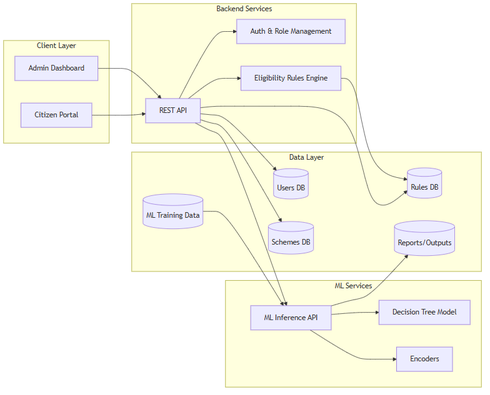
Karthi247/Government-Welfare-Advisory-System keeps this Mermaid diagram as documentation/Architecture_Diagram.png. Above is the earlier version. Its source is kept beside it as documentation/Architecture_Diagram.mmd. Source of this version:
```mermaid
flowchart LR
  subgraph Client[Client Layer]
    Citizen[Citizen Portal]
    Admin[Admin Dashboard]
  end

  subgraph Backend[Backend Services]
    API[REST API]
    Auth[Auth & Role Management]
    Rules[Eligibility Rules Engine]
  end

  subgraph ML[ML Services]
    MLAPI[ML Inference API]
    Model[Decision Tree Model]
    Encoders[Encoders]
  end

  subgraph Data[Data Layer]
    Users[(Users DB)]
    Schemes[(Schemes DB)]
    RulesDB[(Rules DB)]
    Training[(ML Training Data)]
    Reports[(Reports/Outputs)]
  end

  Citizen --> API
  Admin --> API

  API --> Auth
  API --> Rules
  API --> MLAPI

  MLAPI --> Model
  MLAPI --> Encoders

  API --> Users
  API --> Schemes
  API --> RulesDB
  Rules --> RulesDB

  MLAPI --> Reports
  Training --> MLAPI
```
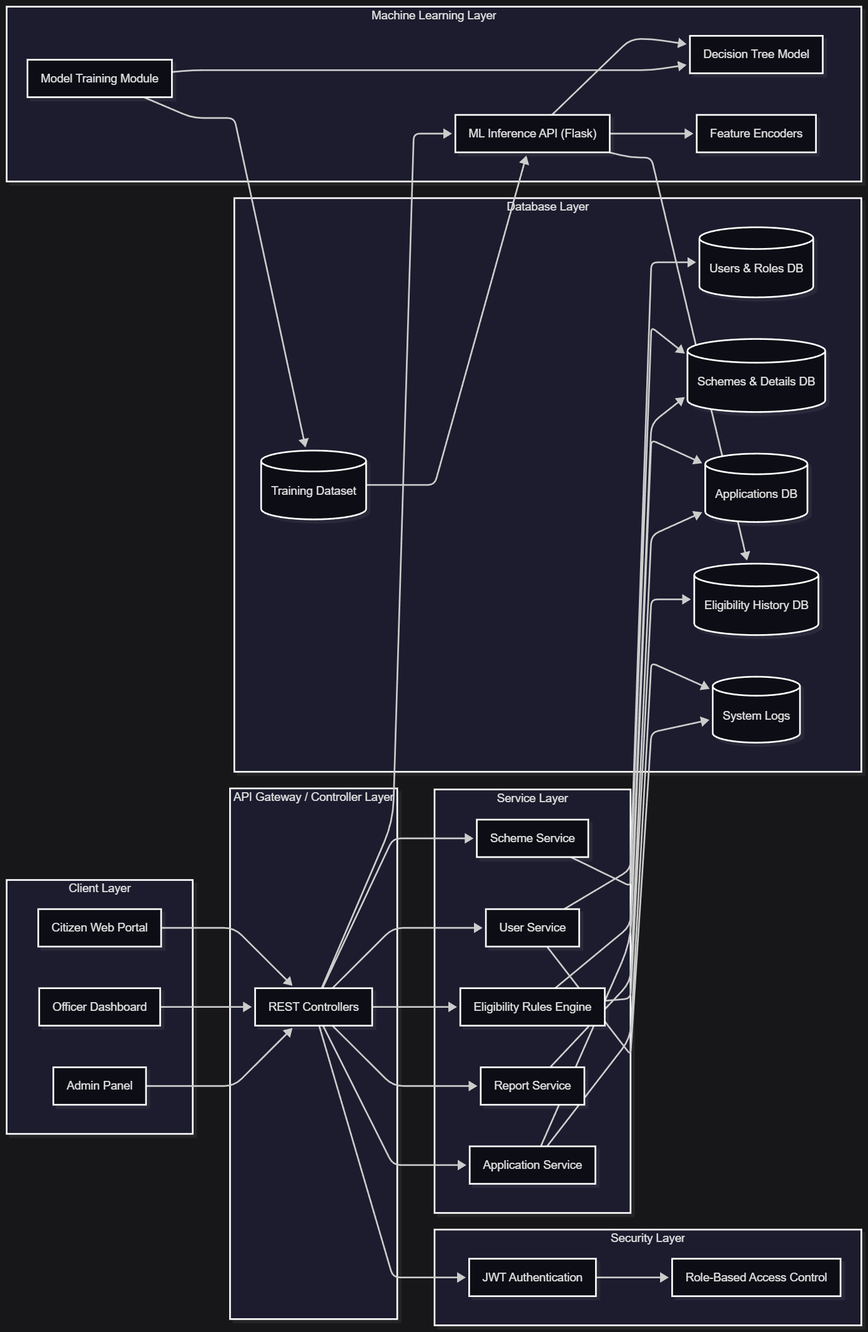
After the commit.

What changed in the source:
```diff
@@ -1,43 +1,74 @@
 flowchart LR
-  subgraph Client[Client Layer]
-    Citizen[Citizen Portal]
-    Admin[Admin Dashboard]
-  end
 
-  subgraph Backend[Backend Services]
-    API[REST API]
-    Auth[Auth & Role Management]
-    Rules[Eligibility Rules Engine]
-  end
+subgraph Client_Layer["Client Layer"]
+    Citizen["Citizen Web Portal"]
+    Officer["Officer Dashboard"]
+    Admin["Admin Panel"]
+end
 
-  subgraph ML[ML Services]
-    MLAPI[ML Inference API]
-    Model[Decision Tree Model]
-    Encoders[Encoders]
-  end
+subgraph Security_Layer["Security Layer"]
+    JWT["JWT Authentication"]
+    RBAC["Role-Based Access Control"]
+end
 
-  subgraph Data[Data Layer]
-    Users[(Users DB)]
-    Schemes[(Schemes DB)]
-    RulesDB[(Rules DB)]
-    Training[(ML Training Data)]
-    Reports[(Reports/Outputs)]
-  end
+subgraph API_Layer["API Gateway / Controller Layer"]
+    API["REST Controllers"]
+end
 
-  Citizen --> API
-  Admin --> API
+subgraph Service_Layer["Service Layer"]
+    UserService["User Service"]
+    SchemeService["Scheme Service"]
+    ApplicationService["Application Service"]
+    EligibilityEngine["Eligibility Rules Engine"]
+    ReportService["Report Service"]
+end
 
-  API --> Auth
-  API --> Rules
-  API --> MLAPI
+subgraph ML_Layer["Machine Learning Layer"]
+    ML_API["ML Inference API (Flask)"]
+    Model["Decision Tree Model"]
+    Encoders["Feature Encoders"]
+    Training["Model Training Module"]
+end
 
-  MLAPI --> Model
-  MLAPI --> Encoders
+subgraph Data_Layer["Database Layer"]
+    UserDB[(Users & Roles DB)]
+    SchemeDB[(Schemes & Details DB)]
+    AppDB[(Applications DB)]
+    HistoryDB[(Eligibility History DB)]
+    MLData[(Training Dataset)]
+    Logs[(System Logs)]
+end
 
-  API --> Users
-  API --> Schemes
-  API --> RulesDB
-  Rules --> RulesDB
 
-  MLAPI --> Reports
-  Training --> MLAPI
+Citizen --> API
+Officer --> API
+Admin --> API
+
+API --> JWT
+JWT --> RBAC
+
+API --> UserService
+API --> SchemeService
+API --> ApplicationService
+API --> EligibilityEngine
+API --> ReportService
+API --> ML_API
+
+UserService --> UserDB
+SchemeService --> SchemeDB
+ApplicationService --> AppDB
+EligibilityEngine --> HistoryDB
+ReportService --> AppDB
+
+EligibilityEngine --> SchemeDB
+
+ML_API --> Model
+ML_API --> Encoders
+ML_API --> HistoryDB
+
+Training --> MLData
+Training --> Model
+MLData --> ML_API
+
+ApplicationService --> Logs
+UserService --> Logs
```
